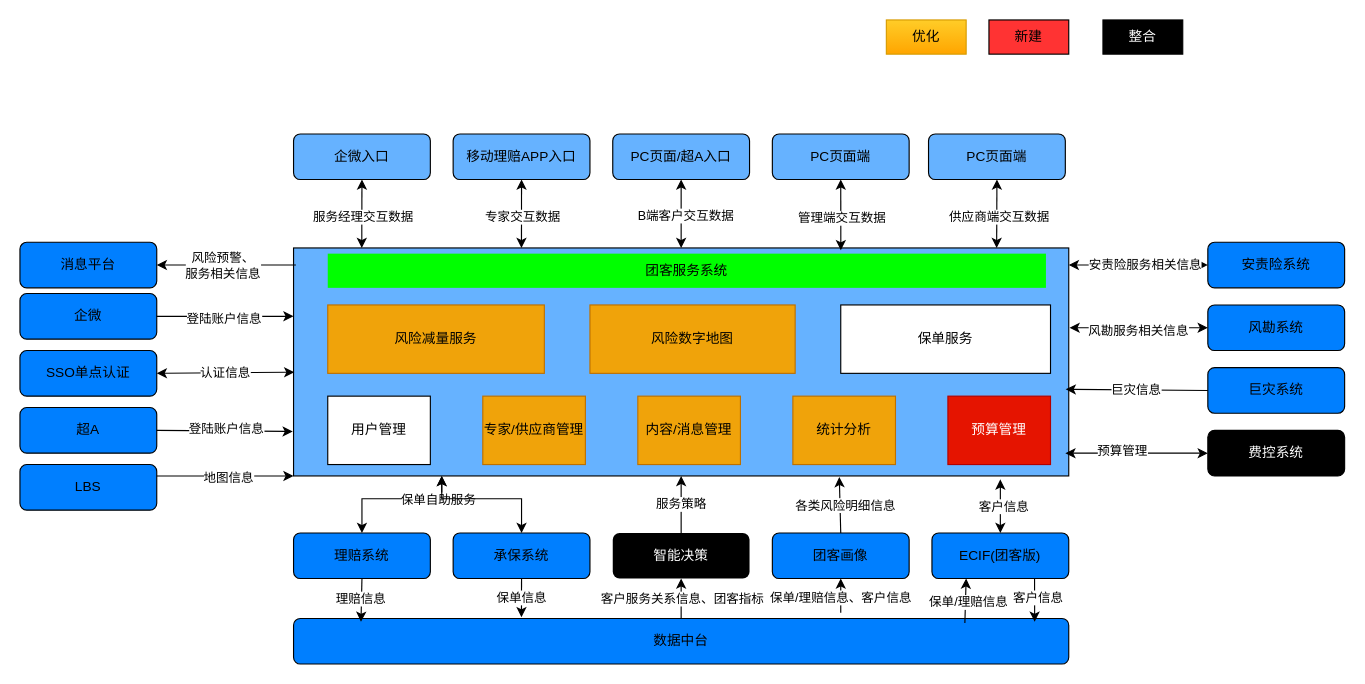
The draw.io diagram 团客总体设计.drawio in loc1129/tech, before the edit. Source tidied: cells renumbered, new cells numbered last; positions are measured from the earlier drawing's top-left corner, leaving out a move shared by most shapes. Both pictures are drawn from the tidied source at 114%, with x=0, y=0 at pixel (19, 19).
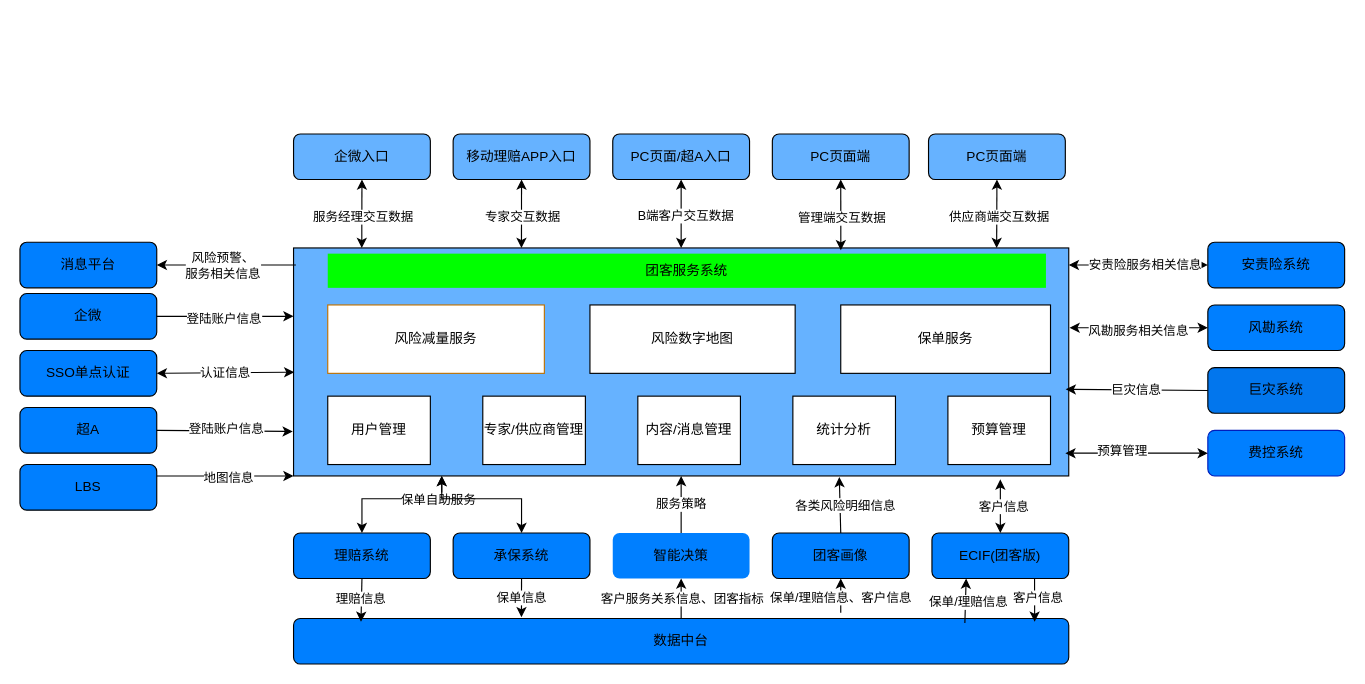
After the change.

Commit message:
更新团客总体设计.drawio

Diff of the diagram source:
```diff
@@
-    <mxCell id="34" value="智能决策" style="rounded=1;whiteSpace=wrap;html=1;fillColor=#000000;strokeColor=none;fontColor=#FFFFFF;" parent="1" vertex="1">
+    <mxCell id="34" value="智能决策" style="rounded=1;whiteSpace=wrap;html=1;fillColor=#007FFF;strokeColor=none;fontColor=#000000;" parent="1" vertex="1">
       <mxGeometry x="520" y="450" width="120" height="40" as="geometry" />
     </mxCell>
@@
-    <mxCell id="42" value="巨灾系统" style="rounded=1;whiteSpace=wrap;html=1;fillColor=#007FFF;" parent="1" vertex="1">
+    <mxCell id="42" value="巨灾系统" style="rounded=1;whiteSpace=wrap;html=1;fillColor=light-dark(#0276ed, #319eff);" parent="1" vertex="1">
       <mxGeometry x="1042" y="305" width="120" height="40" as="geometry" />
     </mxCell>
@@
-    <mxCell id="45" value="风险减量服务" style="rounded=0;whiteSpace=wrap;html=1;fillColor=#f0a30a;fontColor=#000000;strokeColor=#BD7000;" parent="1" vertex="1">
+    <mxCell id="45" value="风险减量服务" style="rounded=0;whiteSpace=wrap;html=1;fillColor=#FFFFFF;fontColor=#000000;strokeColor=#BD7000;" parent="1" vertex="1">
       <mxGeometry x="270" y="250" width="190" height="60" as="geometry" />
     </mxCell>
@@
-    <mxCell id="47" value="专家/供应商管理" style="rounded=0;whiteSpace=wrap;html=1;fillColor=#f0a30a;fontColor=#000000;strokeColor=#BD7000;" parent="1" vertex="1">
+    <mxCell id="47" value="专家/供应商管理" style="rounded=0;whiteSpace=wrap;html=1;" parent="1" vertex="1">
       <mxGeometry x="406" y="330" width="90" height="60" as="geometry" />
     </mxCell>
-    <mxCell id="48" value="内容/消息管理" style="rounded=0;whiteSpace=wrap;html=1;fillColor=#f0a30a;fontColor=#000000;strokeColor=#BD7000;" parent="1" vertex="1">
+    <mxCell id="48" value="内容/消息管理" style="rounded=0;whiteSpace=wrap;html=1;" parent="1" vertex="1">
       <mxGeometry x="542" y="330" width="90" height="60" as="geometry" />
     </mxCell>
-    <mxCell id="49" value="风险数字地图" style="rounded=0;whiteSpace=wrap;html=1;fillColor=#f0a30a;fontColor=#000000;strokeColor=#BD7000;" parent="1" vertex="1">
+    <mxCell id="49" value="风险数字地图" style="rounded=0;whiteSpace=wrap;html=1;" parent="1" vertex="1">
       <mxGeometry x="500" y="250" width="180" height="60" as="geometry" />
     </mxCell>
@@
-    <mxCell id="51" value="统计分析" style="rounded=0;whiteSpace=wrap;html=1;fillColor=#f0a30a;fontColor=#000000;strokeColor=#BD7000;" parent="1" vertex="1">
+    <mxCell id="51" value="统计分析" style="rounded=0;whiteSpace=wrap;html=1;" parent="1" vertex="1">
       <mxGeometry x="678" y="330" width="90" height="60" as="geometry" />
     </mxCell>
@@
-    <mxCell id="62" value="费控系统" style="rounded=1;whiteSpace=wrap;html=1;fillColor=#000000;fontColor=#FFFFFF;" parent="1" vertex="1">
+    <mxCell id="62" value="费控系统" style="rounded=1;whiteSpace=wrap;html=1;fillColor=#007FFF;fontColor=#000000;strokeColor=#001DBC;" parent="1" vertex="1">
       <mxGeometry x="1042" y="360" width="120" height="40" as="geometry" />
     </mxCell>
@@
-    <mxCell id="80" value="预算管理" style="rounded=0;whiteSpace=wrap;html=1;fillColor=#e51400;fontColor=#ffffff;strokeColor=#B20000;" parent="1" vertex="1">
+    <mxCell id="80" value="预算管理" style="rounded=0;whiteSpace=wrap;html=1;" parent="1" vertex="1">
       <mxGeometry x="814" y="330" width="90" height="60" as="geometry" />
     </mxCell>
-    <mxCell id="81" value="优化" style="rounded=0;whiteSpace=wrap;html=1;fillColor=#ffcd28;gradientColor=#ffa500;strokeColor=#d79b00;" parent="1" vertex="1">
-      <mxGeometry x="760" width="70" height="30" as="geometry" />
-    </mxCell>
-    <mxCell id="82" value="新建" style="rounded=0;whiteSpace=wrap;html=1;fillColor=#FF3333;" parent="1" vertex="1">
-      <mxGeometry x="850" width="70" height="30" as="geometry" />
-    </mxCell>
-    <mxCell id="83" value="整合" style="rounded=0;whiteSpace=wrap;html=1;fillColor=#000000;fontColor=#FFFFFF;" parent="1" vertex="1">
-      <mxGeometry x="950" width="70" height="30" as="geometry" />
-    </mxCell>
```
